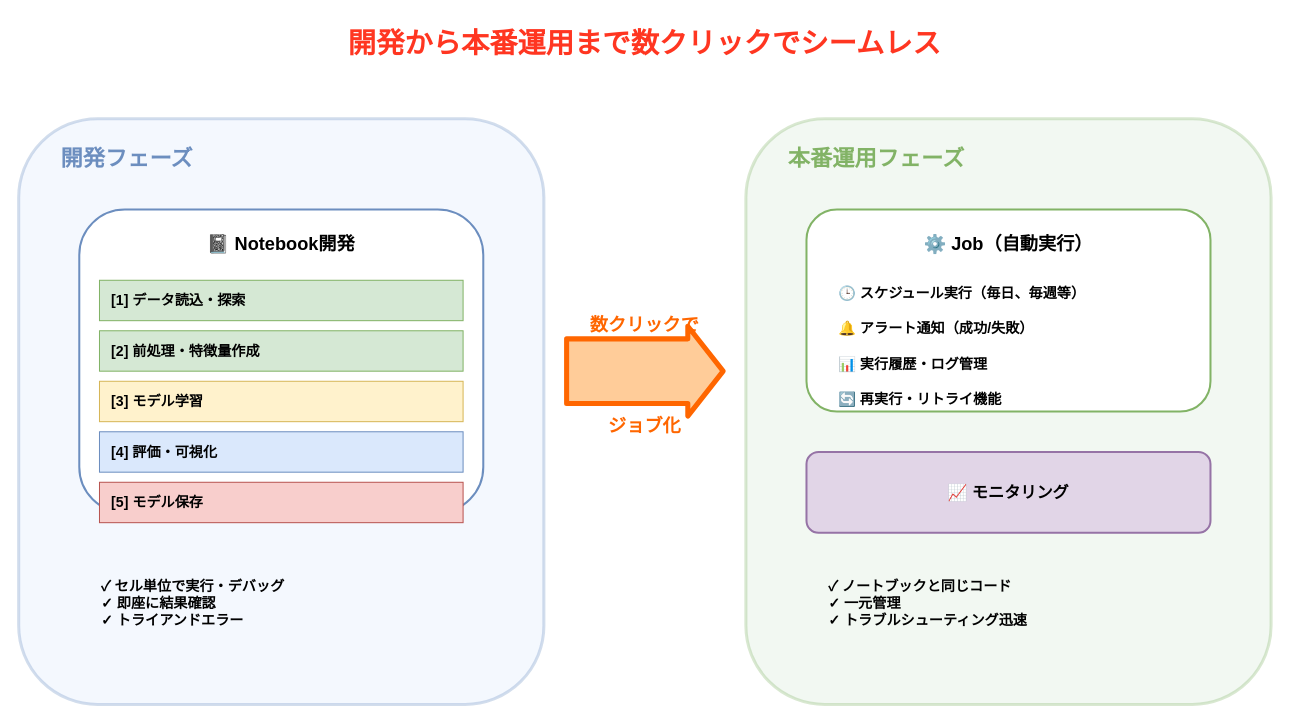
This is assets/2025-11-07-tamesare-data-sapporo/notebook-to-job.drawio from i9wa4/i9wa4.github.io, a draw.io file, before an edit. Source tidied: cells renumbered, new cells numbered last; positions are measured from the earlier drawing's top-left corner, leaving out a move shared by most shapes. Both pictures are drawn from the tidied source at 101%, with x=0, y=0 at pixel (18, 17).
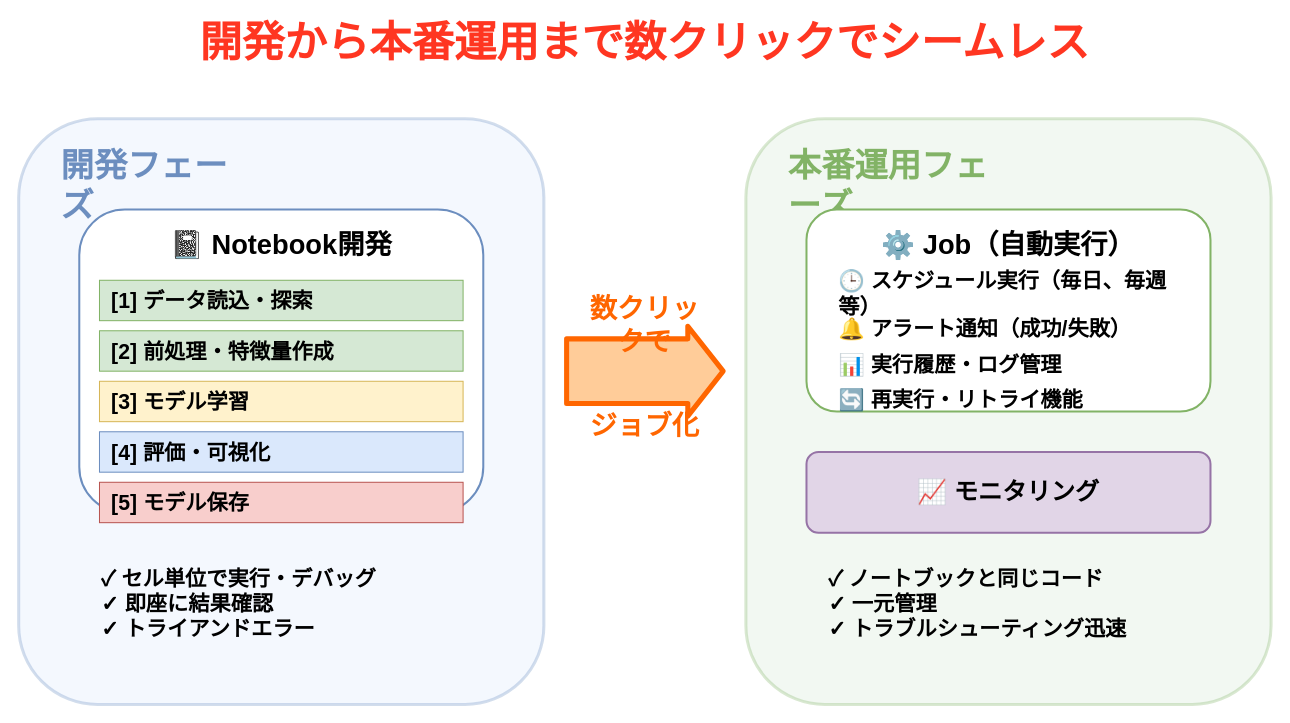
Above is the later version.

The edit, as a diff of the source:
```diff
@@
-<mxGraphModel background="#ffffff">
+<mxGraphModel>
@@
-    <mxCell id="2" value="開発から本番運用まで数クリックでシームレス" style="text;html=1;strokeColor=none;fillColor=none;align=center;verticalAlign=middle;whiteSpace=wrap;rounded=0;fontSize=28;fontStyle=1;fontColor=#FF3621;" parent="1" vertex="1">
+    <mxCell id="2" value="開発から本番運用まで数クリックでシームレス" style="text;html=1;strokeColor=none;fillColor=none;align=center;verticalAlign=middle;whiteSpace=wrap;rounded=0;fontSize=42;fontStyle=1;fontColor=#FF3621;" parent="1" vertex="1">
       <mxGeometry x="120" width="1000" height="50" as="geometry" />
     </mxCell>
@@
-    <mxCell id="4" value="開発フェーズ" style="text;html=1;strokeColor=none;fillColor=none;align=left;verticalAlign=top;whiteSpace=wrap;rounded=0;fontSize=22;fontStyle=1;fontColor=#6c8ebf;spacingLeft=20;" parent="1" vertex="1">
+    <mxCell id="4" value="開発フェーズ" style="text;html=1;strokeColor=none;fillColor=none;align=left;verticalAlign=top;whiteSpace=wrap;rounded=0;fontSize=33;fontStyle=1;fontColor=#6c8ebf;spacingLeft=20;" parent="1" vertex="1">
       <mxGeometry x="20" y="120" width="200" height="30" as="geometry" />
     </mxCell>
@@
-    <mxCell id="6" value="📓 Notebook開発" style="text;html=1;strokeColor=none;fillColor=none;align=center;verticalAlign=middle;whiteSpace=wrap;rounded=0;fontSize=18;fontStyle=1;" parent="1" vertex="1">
+    <mxCell id="6" value="📓 Notebook開発" style="text;html=1;strokeColor=none;fillColor=none;align=center;verticalAlign=middle;whiteSpace=wrap;rounded=0;fontSize=27;fontStyle=1;" parent="1" vertex="1">
       <mxGeometry x="100" y="210" width="320" height="30" as="geometry" />
     </mxCell>
-    <mxCell id="7" value="[1] データ読込・探索" style="rounded=0;whiteSpace=wrap;html=1;fillColor=#d5e8d4;strokeColor=#82b366;fontSize=14;fontStyle=1;align=left;spacingLeft=10;" parent="1" vertex="1">
+    <mxCell id="7" value="[1] データ読込・探索" style="rounded=0;whiteSpace=wrap;html=1;fillColor=#d5e8d4;strokeColor=#82b366;fontSize=21;fontStyle=1;align=left;spacingLeft=10;" parent="1" vertex="1">
       <mxGeometry x="80" y="260" width="360" height="40" as="geometry" />
     </mxCell>
-    <mxCell id="8" value="[2] 前処理・特徴量作成" style="rounded=0;whiteSpace=wrap;html=1;fillColor=#d5e8d4;strokeColor=#82b366;fontSize=14;fontStyle=1;align=left;spacingLeft=10;" parent="1" vertex="1">
+    <mxCell id="8" value="[2] 前処理・特徴量作成" style="rounded=0;whiteSpace=wrap;html=1;fillColor=#d5e8d4;strokeColor=#82b366;fontSize=21;fontStyle=1;align=left;spacingLeft=10;" parent="1" vertex="1">
       <mxGeometry x="80" y="310" width="360" height="40" as="geometry" />
     </mxCell>
-    <mxCell id="9" value="[3] モデル学習" style="rounded=0;whiteSpace=wrap;html=1;fillColor=#fff2cc;strokeColor=#d6b656;fontSize=14;fontStyle=1;align=left;spacingLeft=10;" parent="1" vertex="1">
+    <mxCell id="9" value="[3] モデル学習" style="rounded=0;whiteSpace=wrap;html=1;fillColor=#fff2cc;strokeColor=#d6b656;fontSize=21;fontStyle=1;align=left;spacingLeft=10;" parent="1" vertex="1">
       <mxGeometry x="80" y="360" width="360" height="40" as="geometry" />
     </mxCell>
-    <mxCell id="10" value="[4] 評価・可視化" style="rounded=0;whiteSpace=wrap;html=1;fillColor=#dae8fc;strokeColor=#6c8ebf;fontSize=14;fontStyle=1;align=left;spacingLeft=10;" parent="1" vertex="1">
+    <mxCell id="10" value="[4] 評価・可視化" style="rounded=0;whiteSpace=wrap;html=1;fillColor=#dae8fc;strokeColor=#6c8ebf;fontSize=21;fontStyle=1;align=left;spacingLeft=10;" parent="1" vertex="1">
       <mxGeometry x="80" y="410" width="360" height="40" as="geometry" />
     </mxCell>
-    <mxCell id="11" value="[5] モデル保存" style="rounded=0;whiteSpace=wrap;html=1;fillColor=#f8cecc;strokeColor=#b85450;fontSize=14;fontStyle=1;align=left;spacingLeft=10;" parent="1" vertex="1">
+    <mxCell id="11" value="[5] モデル保存" style="rounded=0;whiteSpace=wrap;html=1;fillColor=#f8cecc;strokeColor=#b85450;fontSize=21;fontStyle=1;align=left;spacingLeft=10;" parent="1" vertex="1">
       <mxGeometry x="80" y="460" width="360" height="40" as="geometry" />
     </mxCell>
-    <mxCell id="12" value="✓ セル単位で実行・デバッグ&lt;br&gt;✓ 即座に結果確認&lt;br&gt;✓ トライアンドエラー" style="text;html=1;strokeColor=none;fillColor=none;align=left;verticalAlign=middle;whiteSpace=wrap;rounded=0;fontSize=14;fontStyle=1;spacingLeft=20;" parent="1" vertex="1">
+    <mxCell id="12" value="✓ セル単位で実行・デバッグ&lt;br&gt;✓ 即座に結果確認&lt;br&gt;✓ トライアンドエラー" style="text;html=1;strokeColor=none;fillColor=none;align=left;verticalAlign=middle;whiteSpace=wrap;rounded=0;fontSize=21;fontStyle=1;spacingLeft=20;" parent="1" vertex="1">
       <mxGeometry x="60" y="550" width="400" height="60" as="geometry" />
     </mxCell>
@@
-    <mxCell id="14" value="本番運用フェーズ" style="text;html=1;strokeColor=none;fillColor=none;align=left;verticalAlign=top;whiteSpace=wrap;rounded=0;fontSize=22;fontStyle=1;fontColor=#82b366;spacingLeft=20;" parent="1" vertex="1">
+    <mxCell id="14" value="本番運用フェーズ" style="text;html=1;strokeColor=none;fillColor=none;align=left;verticalAlign=top;whiteSpace=wrap;rounded=0;fontSize=33;fontStyle=1;fontColor=#82b366;spacingLeft=20;" parent="1" vertex="1">
       <mxGeometry x="740" y="120" width="240" height="30" as="geometry" />
     </mxCell>
@@
-    <mxCell id="16" value="⚙️ Job（自動実行）" style="text;html=1;strokeColor=none;fillColor=none;align=center;verticalAlign=middle;whiteSpace=wrap;rounded=0;fontSize=18;fontStyle=1;" parent="1" vertex="1">
+    <mxCell id="16" value="⚙️ Job（自動実行）" style="text;html=1;strokeColor=none;fillColor=none;align=center;verticalAlign=middle;whiteSpace=wrap;rounded=0;fontSize=27;fontStyle=1;" parent="1" vertex="1">
       <mxGeometry x="820" y="210" width="320" height="30" as="geometry" />
     </mxCell>
-    <mxCell id="17" value="🕒 スケジュール実行（毎日、毎週等）" style="text;html=1;strokeColor=none;fillColor=none;align=left;verticalAlign=middle;whiteSpace=wrap;rounded=0;fontSize=14;fontStyle=1;spacingLeft=10;" parent="1" vertex="1">
+    <mxCell id="17" value="🕒 スケジュール実行（毎日、毎週等）" style="text;html=1;strokeColor=none;fillColor=none;align=left;verticalAlign=middle;whiteSpace=wrap;rounded=0;fontSize=21;fontStyle=1;spacingLeft=10;" parent="1" vertex="1">
       <mxGeometry x="800" y="260" width="360" height="25" as="geometry" />
     </mxCell>
-    <mxCell id="18" value="🔔 アラート通知（成功/失敗）" style="text;html=1;strokeColor=none;fillColor=none;align=left;verticalAlign=middle;whiteSpace=wrap;rounded=0;fontSize=14;fontStyle=1;spacingLeft=10;" parent="1" vertex="1">
+    <mxCell id="18" value="🔔 アラート通知（成功/失敗）" style="text;html=1;strokeColor=none;fillColor=none;align=left;verticalAlign=middle;whiteSpace=wrap;rounded=0;fontSize=21;fontStyle=1;spacingLeft=10;" parent="1" vertex="1">
       <mxGeometry x="800" y="295" width="360" height="25" as="geometry" />
     </mxCell>
-    <mxCell id="19" value="📊 実行履歴・ログ管理" style="text;html=1;strokeColor=none;fillColor=none;align=left;verticalAlign=middle;whiteSpace=wrap;rounded=0;fontSize=14;fontStyle=1;spacingLeft=10;" parent="1" vertex="1">
+    <mxCell id="19" value="📊 実行履歴・ログ管理" style="text;html=1;strokeColor=none;fillColor=none;align=left;verticalAlign=middle;whiteSpace=wrap;rounded=0;fontSize=21;fontStyle=1;spacingLeft=10;" parent="1" vertex="1">
       <mxGeometry x="800" y="330" width="360" height="25" as="geometry" />
     </mxCell>
-    <mxCell id="20" value="🔄 再実行・リトライ機能" style="text;html=1;strokeColor=none;fillColor=none;align=left;verticalAlign=middle;whiteSpace=wrap;rounded=0;fontSize=14;fontStyle=1;spacingLeft=10;" parent="1" vertex="1">
+    <mxCell id="20" value="🔄 再実行・リトライ機能" style="text;html=1;strokeColor=none;fillColor=none;align=left;verticalAlign=middle;whiteSpace=wrap;rounded=0;fontSize=21;fontStyle=1;spacingLeft=10;" parent="1" vertex="1">
       <mxGeometry x="800" y="365" width="360" height="25" as="geometry" />
     </mxCell>
@@
-    <mxCell id="22" value="📈 モニタリング" style="text;html=1;strokeColor=none;fillColor=none;align=center;verticalAlign=middle;whiteSpace=wrap;rounded=0;fontSize=16;fontStyle=1;" parent="1" vertex="1">
+    <mxCell id="22" value="📈 モニタリング" style="text;html=1;strokeColor=none;fillColor=none;align=center;verticalAlign=middle;whiteSpace=wrap;rounded=0;fontSize=24;fontStyle=1;" parent="1" vertex="1">
       <mxGeometry x="820" y="450" width="320" height="40" as="geometry" />
     </mxCell>
-    <mxCell id="23" value="✓ ノートブックと同じコード&lt;br&gt;✓ 一元管理&lt;br&gt;✓ トラブルシューティング迅速" style="text;html=1;strokeColor=none;fillColor=none;align=left;verticalAlign=middle;whiteSpace=wrap;rounded=0;fontSize=14;fontStyle=1;spacingLeft=20;" parent="1" vertex="1">
+    <mxCell id="23" value="✓ ノートブックと同じコード&lt;br&gt;✓ 一元管理&lt;br&gt;✓ トラブルシューティング迅速" style="text;html=1;strokeColor=none;fillColor=none;align=left;verticalAlign=middle;whiteSpace=wrap;rounded=0;fontSize=21;fontStyle=1;spacingLeft=20;" parent="1" vertex="1">
       <mxGeometry x="780" y="550" width="400" height="60" as="geometry" />
     </mxCell>
@@
-    <mxCell id="25" value="数クリックで" style="text;html=1;strokeColor=none;fillColor=none;align=center;verticalAlign=middle;whiteSpace=wrap;rounded=0;fontSize=18;fontStyle=1;fontColor=#FF6600;" parent="1" vertex="1">
+    <mxCell id="25" value="数クリックで" style="text;html=1;strokeColor=none;fillColor=none;align=center;verticalAlign=middle;whiteSpace=wrap;rounded=0;fontSize=27;fontStyle=1;fontColor=#FF6600;" parent="1" vertex="1">
       <mxGeometry x="560" y="290" width="120" height="30" as="geometry" />
     </mxCell>
-    <mxCell id="26" value="ジョブ化" style="text;html=1;strokeColor=none;fillColor=none;align=center;verticalAlign=middle;whiteSpace=wrap;rounded=0;fontSize=18;fontStyle=1;fontColor=#FF6600;" parent="1" vertex="1">
+    <mxCell id="26" value="ジョブ化" style="text;html=1;strokeColor=none;fillColor=none;align=center;verticalAlign=middle;whiteSpace=wrap;rounded=0;fontSize=27;fontStyle=1;fontColor=#FF6600;" parent="1" vertex="1">
       <mxGeometry x="560" y="390" width="120" height="30" as="geometry" />
     </mxCell>
```
